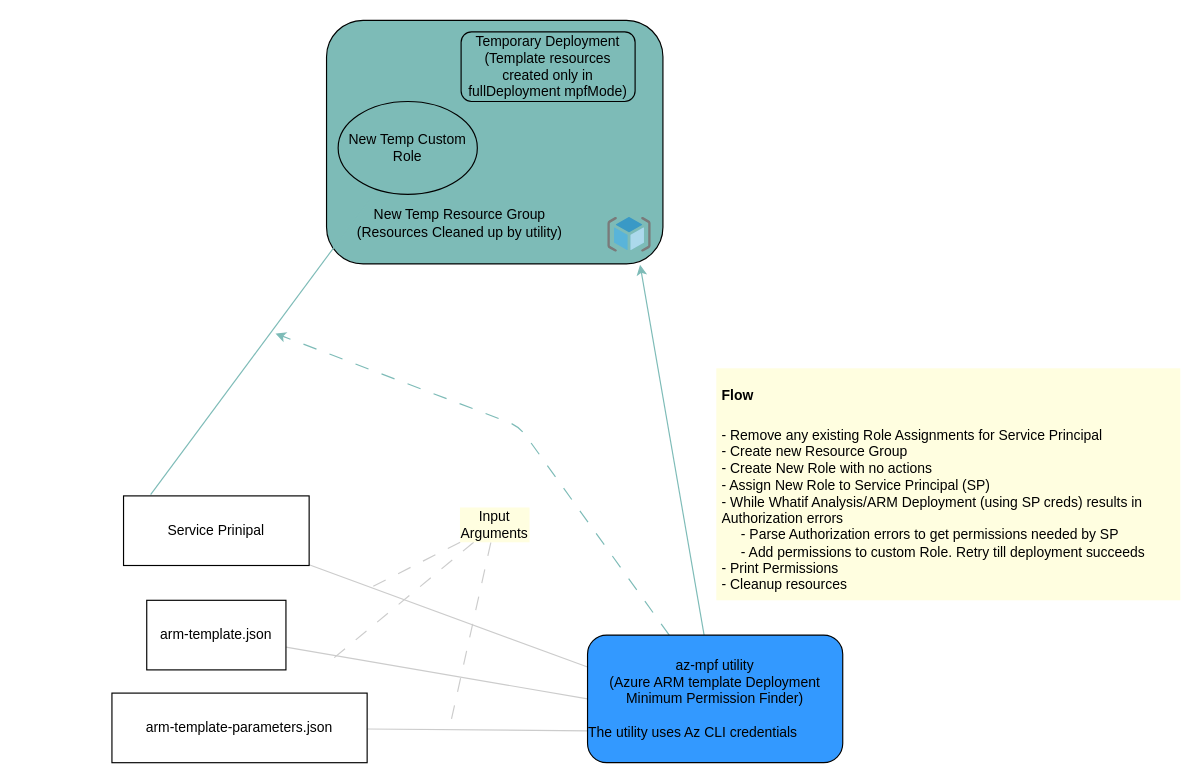
Before: docs/overview.drawio in maniSbindra/az-mpf, a draw.io diagram. Source tidied: cells renumbered, new cells numbered last; positions are measured from the earlier drawing's top-left corner, leaving out a move shared by most shapes. Both pictures are drawn from the tidied source at 116%, with x=0, y=0 at pixel (111, 20).
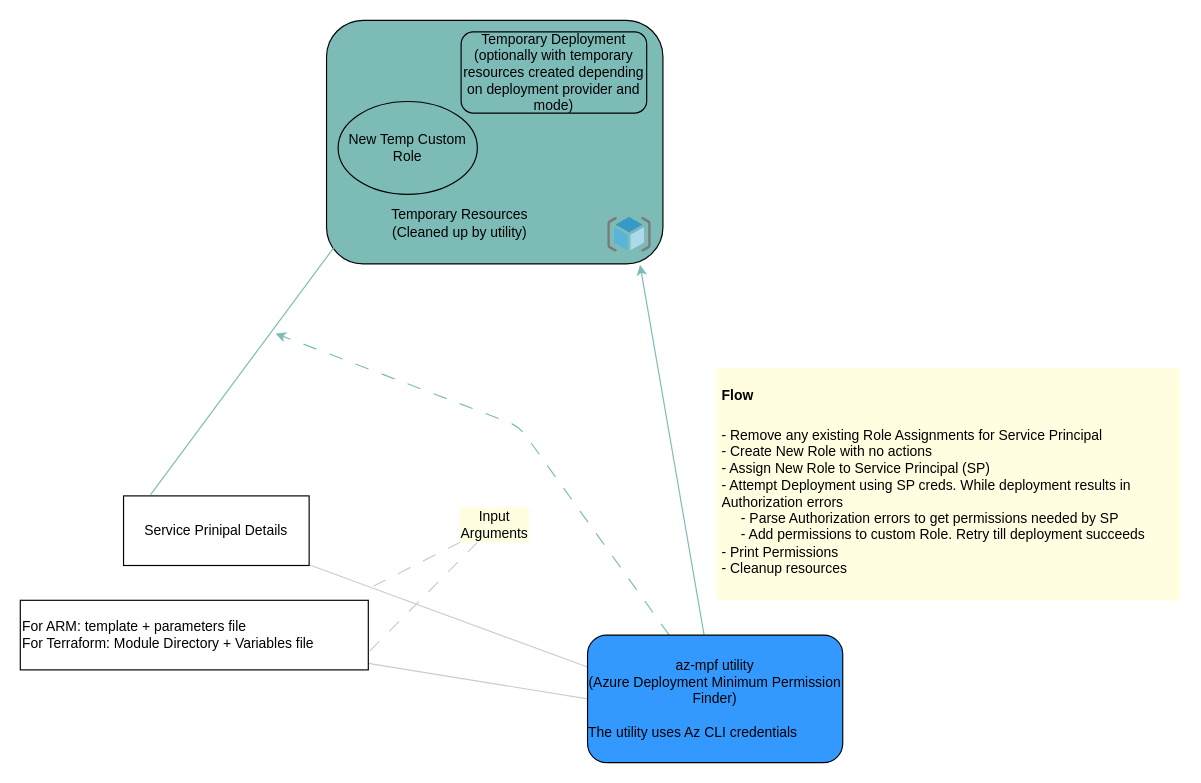
Above is the later version.

Unchanged cells that the change refers to:
```xml
<mxCell id="19" value="Input Arguments" style="text;html=1;strokeColor=none;fillColor=#FFFEE0;align=center;verticalAlign=middle;whiteSpace=wrap;rounded=0;fontColor=#000000;" parent="1" vertex="1">
  <mxGeometry x="300" y="420" width="60" height="30" as="geometry" />
</mxCell>
```

The edit, as a diff of the source:
```diff
@@
-    <mxCell id="3" value="Service Prinipal&lt;br&gt;" style="rounded=0;whiteSpace=wrap;html=1;" parent="1" vertex="1">
+    <mxCell id="3" value="Service Prinipal Details" style="rounded=0;whiteSpace=wrap;html=1;" parent="1" vertex="1">
       <mxGeometry x="10" y="410" width="160" height="60" as="geometry" />
     </mxCell>
@@
-    <mxCell id="8" value="New Temp Resource Group (Resources Cleaned up by utility)" style="text;html=1;strokeColor=none;fillColor=none;align=center;verticalAlign=middle;whiteSpace=wrap;rounded=0;fontColor=#000000;" parent="1" vertex="1">
+    <mxCell id="8" value="Temporary Resources &lt;br&gt;(Cleaned up by utility)" style="text;html=1;strokeColor=none;fillColor=none;align=center;verticalAlign=middle;whiteSpace=wrap;rounded=0;fontColor=#000000;" parent="1" vertex="1">
       <mxGeometry x="205" y="160" width="190" height="30" as="geometry" />
     </mxCell>
@@
-    <mxCell id="10" value="arm-template.json" style="rounded=0;whiteSpace=wrap;html=1;" parent="1" vertex="1">
-      <mxGeometry x="30" y="500" width="120" height="60" as="geometry" />
+    <mxCell id="10" value="For ARM: template + parameters file&lt;br&gt;For Terraform: Module Directory + Variables file" style="rounded=0;whiteSpace=wrap;html=1;align=left;" parent="1" vertex="1">
+      <mxGeometry x="-79" y="500" width="300" height="60" as="geometry" />
     </mxCell>
-    <mxCell id="11" style="edgeStyle=none;html=1;entryX=0;entryY=0.75;entryDx=0;entryDy=0;endArrow=none;endFill=0;strokeColor=#CCCCCC;" parent="1" edge="1" source="12" target="15">
-      <mxGeometry relative="1" as="geometry" />
-    </mxCell>
-    <mxCell id="12" value="arm-template-parameters.json" style="rounded=0;whiteSpace=wrap;html=1;" parent="1" vertex="1">
-      <mxGeometry y="580" width="220" height="60" as="geometry" />
-    </mxCell>
@@
-    <mxCell id="15" value="az-mpf utility&lt;br&gt;(Azure ARM template Deployment Minimum Permission Finder)&lt;br&gt;&lt;div style=&quot;text-align: left;&quot;&gt;&lt;span style=&quot;background-color: initial;&quot;&gt;&lt;br&gt;&lt;/span&gt;&lt;/div&gt;&lt;div style=&quot;text-align: left;&quot;&gt;&lt;span style=&quot;background-color: initial;&quot;&gt;The utility uses Az CLI credentials&lt;/span&gt;&lt;/div&gt;" style="rounded=1;whiteSpace=wrap;html=1;fillColor=#3399FF;align=center;verticalAlign=middle;" parent="1" vertex="1">
+    <mxCell id="15" value="az-mpf utility&lt;br&gt;(Azure Deployment Minimum Permission Finder)&lt;br&gt;&lt;div style=&quot;text-align: left;&quot;&gt;&lt;span style=&quot;background-color: initial;&quot;&gt;&lt;br&gt;&lt;/span&gt;&lt;/div&gt;&lt;div style=&quot;text-align: left;&quot;&gt;&lt;span style=&quot;background-color: initial;&quot;&gt;The utility uses Az CLI credentials&lt;/span&gt;&lt;/div&gt;" style="rounded=1;whiteSpace=wrap;html=1;fillColor=#3399FF;align=center;verticalAlign=middle;" parent="1" vertex="1">
       <mxGeometry x="410" y="530" width="220" height="110" as="geometry" />
     </mxCell>
@@
-    <mxCell id="17" style="edgeStyle=none;html=1;dashed=1;dashPattern=12 12;fontColor=#000000;endArrow=none;endFill=0;strokeColor=#CCCCCC;" parent="1" edge="1" source="19">
-      <mxGeometry relative="1" as="geometry">
-        <mxPoint x="191" y="550" as="targetPoint" />
-      </mxGeometry>
+    <mxCell id="17" style="edgeStyle=none;html=1;dashed=1;dashPattern=12 12;fontColor=#000000;endArrow=none;endFill=0;strokeColor=#CCCCCC;entryX=1;entryY=0.75;entryDx=0;entryDy=0;" parent="1" edge="1" source="19" target="10">
+      <mxGeometry relative="1" as="geometry" />
     </mxCell>
-    <mxCell id="18" style="edgeStyle=none;html=1;dashed=1;dashPattern=12 12;fontColor=#000000;endArrow=none;endFill=0;strokeColor=#CCCCCC;" parent="1" edge="1" source="19">
-      <mxGeometry relative="1" as="geometry">
-        <mxPoint x="291" y="610" as="targetPoint" />
-      </mxGeometry>
-    </mxCell>
@@
-    <mxCell id="20" value="Temporary Deployment (Template resources created only in fullDeployment mpfMode)" style="rounded=1;whiteSpace=wrap;html=1;fontColor=#000000;fillColor=#7DBBB7;" parent="1" vertex="1">
-      <mxGeometry x="301" y="10" width="150" height="60" as="geometry" />
+    <mxCell id="20" value="Temporary Deployment (optionally with temporary resources created depending on deployment provider and mode)" style="rounded=1;whiteSpace=wrap;html=1;fontColor=#000000;fillColor=#7DBBB7;" parent="1" vertex="1">
+      <mxGeometry x="301" y="10" width="160" height="70" as="geometry" />
     </mxCell>
-    <mxCell id="21" value="&lt;h1&gt;&lt;span style=&quot;background-color: initial; font-size: 12px;&quot;&gt;Flow&lt;/span&gt;&lt;br&gt;&lt;/h1&gt;&lt;div&gt;&lt;span style=&quot;background-color: initial; font-size: 12px;&quot;&gt;- Remove any existing Role Assignments for Service Principal&lt;/span&gt;&lt;/div&gt;&lt;div&gt;&lt;span style=&quot;background-color: initial; font-size: 12px;&quot;&gt;- Create new Resource Group&lt;/span&gt;&lt;/div&gt;&lt;div&gt;&lt;span style=&quot;background-color: initial; font-size: 12px;&quot;&gt;- Create New Role with no actions&lt;/span&gt;&lt;/div&gt;&lt;div&gt;&lt;span style=&quot;background-color: initial; font-size: 12px;&quot;&gt;- Assign New Role to Service Principal (SP)&lt;/span&gt;&lt;/div&gt;&lt;div&gt;&lt;span style=&quot;background-color: initial; font-size: 12px;&quot;&gt;- While Whatif Analysis/ARM Deployment (using SP creds) results in Authorization errors&lt;/span&gt;&lt;/div&gt;&lt;div&gt;&lt;span style=&quot;background-color: initial; font-size: 12px;&quot;&gt;&amp;nbsp; &amp;nbsp; &amp;nbsp;- Parse Authorization errors to get permissions needed by SP&lt;/span&gt;&lt;/div&gt;&lt;div&gt;&lt;span style=&quot;background-color: initial; font-size: 12px;&quot;&gt;&amp;nbsp; &amp;nbsp; &amp;nbsp;- Add permissions to custom Role. Retry till deployment succeeds&lt;/span&gt;&lt;/div&gt;&lt;div&gt;&lt;span style=&quot;background-color: initial; font-size: 12px;&quot;&gt;- Print Permissions&lt;/span&gt;&lt;/div&gt;&lt;div&gt;&lt;span style=&quot;background-color: initial; font-size: 12px;&quot;&gt;- Cleanup resources&lt;/span&gt;&lt;/div&gt;&lt;div&gt;&lt;span style=&quot;background-color: initial; font-size: 12px;&quot;&gt;&amp;nbsp;&lt;/span&gt;&lt;/div&gt;&lt;div&gt;&lt;span style=&quot;background-color: initial; font-size: 12px;&quot;&gt;&lt;span style=&quot;white-space: pre;&quot;&gt;&#9;&lt;/span&gt;&lt;br&gt;&lt;/span&gt;&lt;/div&gt;" style="text;html=1;strokeColor=none;fillColor=#FFFEE0;spacing=5;spacingTop=-20;whiteSpace=wrap;overflow=hidden;rounded=0;fontColor=#000000;" parent="1" vertex="1">
+    <mxCell id="21" value="&lt;h1&gt;&lt;span style=&quot;background-color: initial; font-size: 12px;&quot;&gt;Flow&lt;/span&gt;&lt;br&gt;&lt;/h1&gt;&lt;div&gt;&lt;span style=&quot;background-color: initial; font-size: 12px;&quot;&gt;- Remove any existing Role Assignments for Service Principal&lt;/span&gt;&lt;/div&gt;&lt;div&gt;&lt;span style=&quot;background-color: initial;&quot;&gt;- Create New Role with no actions&lt;/span&gt;&lt;br&gt;&lt;/div&gt;&lt;div&gt;&lt;span style=&quot;background-color: initial; font-size: 12px;&quot;&gt;- Assign New Role to Service Principal (SP)&lt;/span&gt;&lt;/div&gt;&lt;div&gt;&lt;span style=&quot;background-color: initial; font-size: 12px;&quot;&gt;- Attempt Deployment using SP creds. While deployment results in Authorization errors&lt;/span&gt;&lt;/div&gt;&lt;div&gt;&lt;span style=&quot;background-color: initial; font-size: 12px;&quot;&gt;&amp;nbsp; &amp;nbsp; &amp;nbsp;- Parse Authorization errors to get permissions needed by SP&lt;/span&gt;&lt;/div&gt;&lt;div&gt;&lt;span style=&quot;background-color: initial; font-size: 12px;&quot;&gt;&amp;nbsp; &amp;nbsp; &amp;nbsp;- Add permissions to custom Role. Retry till deployment succeeds&lt;/span&gt;&lt;/div&gt;&lt;div&gt;&lt;span style=&quot;background-color: initial; font-size: 12px;&quot;&gt;- Print Permissions&lt;/span&gt;&lt;/div&gt;&lt;div&gt;&lt;span style=&quot;background-color: initial; font-size: 12px;&quot;&gt;- Cleanup resources&lt;/span&gt;&lt;/div&gt;&lt;div&gt;&lt;span style=&quot;background-color: initial; font-size: 12px;&quot;&gt;&amp;nbsp;&lt;/span&gt;&lt;/div&gt;&lt;div&gt;&lt;span style=&quot;background-color: initial; font-size: 12px;&quot;&gt;&lt;span style=&quot;white-space: pre;&quot;&gt;&#9;&lt;/span&gt;&lt;br&gt;&lt;/span&gt;&lt;/div&gt;" style="text;html=1;strokeColor=none;fillColor=#FFFEE0;spacing=5;spacingTop=-20;whiteSpace=wrap;overflow=hidden;rounded=0;fontColor=#000000;" parent="1" vertex="1">
       <mxGeometry x="521" y="300" width="400" height="200" as="geometry" />
     </mxCell>
```
